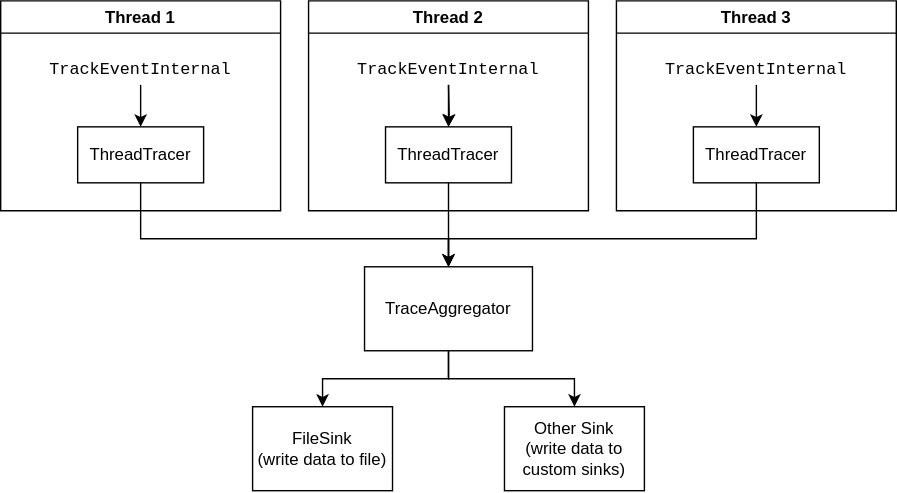
Earlier version of the draw.io export docs/imgs/trace-architecture.svg (cactusdynamics/cactus-rt). Source tidied: cells renumbered, new cells last; positions are measured from the earlier drawing's top-left corner, leaving out a move shared by most shapes. Source of this version:
```xml
<mxGraphModel>
  <root>
    <mxCell id="0" />
    <mxCell id="1" parent="0" />
    <mxCell id="2" value="Thread 1" style="swimlane;whiteSpace=wrap;html=1;" parent="1" vertex="1">
      <mxGeometry width="200" height="150" as="geometry" />
    </mxCell>
    <mxCell id="3" value="ThreadTracer" style="rounded=0;whiteSpace=wrap;html=1;" parent="2" vertex="1">
      <mxGeometry x="55" y="90" width="90" height="40" as="geometry" />
    </mxCell>
    <mxCell id="4" style="edgeStyle=orthogonalEdgeStyle;rounded=0;jettySize=auto;html=1;exitX=0.5;exitY=1;exitDx=0;exitDy=0;entryX=0.5;entryY=0;entryDx=0;entryDy=0;" parent="2" edge="1" source="5" target="3">
      <mxGeometry relative="1" as="geometry" />
    </mxCell>
    <mxCell id="5" value="TrackEventInternal" style="text;html=1;strokeColor=none;fillColor=none;align=center;verticalAlign=middle;whiteSpace=wrap;rounded=0;fontFamily=Courier New;" parent="2" vertex="1">
      <mxGeometry x="10" y="40" width="180" height="20" as="geometry" />
    </mxCell>
    <mxCell id="6" value="Thread 2" style="swimlane;whiteSpace=wrap;html=1;" parent="1" vertex="1">
      <mxGeometry x="220" width="200" height="150" as="geometry" />
    </mxCell>
    <mxCell id="7" value="ThreadTracer" style="rounded=0;whiteSpace=wrap;html=1;" parent="6" vertex="1">
      <mxGeometry x="55" y="90" width="90" height="40" as="geometry" />
    </mxCell>
    <mxCell id="8" style="edgeStyle=orthogonalEdgeStyle;rounded=0;jettySize=auto;html=1;" parent="6" edge="1" target="7">
      <mxGeometry relative="1" as="geometry">
        <mxPoint x="100" y="60" as="sourcePoint" />
      </mxGeometry>
    </mxCell>
    <mxCell id="9" value="TrackEventInternal" style="text;html=1;strokeColor=none;fillColor=none;align=center;verticalAlign=middle;whiteSpace=wrap;rounded=0;fontFamily=Courier New;" parent="6" vertex="1">
      <mxGeometry x="10" y="40" width="180" height="20" as="geometry" />
    </mxCell>
    <mxCell id="10" value="Thread 3" style="swimlane;whiteSpace=wrap;html=1;" parent="1" vertex="1">
      <mxGeometry x="440" width="200" height="150" as="geometry" />
    </mxCell>
    <mxCell id="11" value="ThreadTracer" style="rounded=0;whiteSpace=wrap;html=1;" parent="10" vertex="1">
      <mxGeometry x="55" y="90" width="90" height="40" as="geometry" />
    </mxCell>
    <mxCell id="12" style="edgeStyle=orthogonalEdgeStyle;rounded=0;jettySize=auto;html=1;exitX=0.5;exitY=1;exitDx=0;exitDy=0;entryX=0.5;entryY=0;entryDx=0;entryDy=0;" parent="10" edge="1" source="13" target="11">
      <mxGeometry relative="1" as="geometry" />
    </mxCell>
    <mxCell id="13" value="TrackEventInternal" style="text;html=1;strokeColor=none;fillColor=none;align=center;verticalAlign=middle;whiteSpace=wrap;rounded=0;fontFamily=Courier New;" parent="10" vertex="1">
      <mxGeometry x="10" y="40" width="180" height="20" as="geometry" />
    </mxCell>
    <mxCell id="14" style="endArrow=classic;html=1;rounded=0;entryX=0.5;entryY=0;entryDx=0;entryDy=0;" parent="1" edge="1" target="7">
      <mxGeometry relative="1" as="geometry">
        <mxPoint x="320" y="60" as="sourcePoint" />
      </mxGeometry>
    </mxCell>
    <mxCell id="15" value="FileSink&lt;br&gt;(write data to file)" style="rounded=0;whiteSpace=wrap;html=1;" parent="1" vertex="1">
      <mxGeometry x="180" y="290" width="100" height="60" as="geometry" />
    </mxCell>
    <mxCell id="16" value="&lt;div&gt;Other Sink&lt;/div&gt;&lt;div&gt;(write data to custom sinks)&lt;br&gt;&lt;/div&gt;" style="rounded=0;whiteSpace=wrap;html=1;" parent="1" vertex="1">
      <mxGeometry x="360" y="290" width="100" height="60" as="geometry" />
    </mxCell>
    <mxCell id="17" style="edgeStyle=orthogonalEdgeStyle;rounded=0;jettySize=auto;html=1;exitX=0.5;exitY=1;exitDx=0;exitDy=0;entryX=0.5;entryY=0;entryDx=0;entryDy=0;" parent="1" edge="1" source="19" target="15">
      <mxGeometry relative="1" as="geometry" />
    </mxCell>
    <mxCell id="18" style="edgeStyle=orthogonalEdgeStyle;rounded=0;jettySize=auto;html=1;exitX=0.5;exitY=1;exitDx=0;exitDy=0;entryX=0.5;entryY=0;entryDx=0;entryDy=0;" parent="1" edge="1" source="19" target="16">
      <mxGeometry relative="1" as="geometry" />
    </mxCell>
    <mxCell id="19" value="&lt;div&gt;TraceAggregator&lt;/div&gt;" style="rounded=0;whiteSpace=wrap;html=1;" parent="1" vertex="1">
      <mxGeometry x="260" y="190" width="120" height="60" as="geometry" />
    </mxCell>
    <mxCell id="20" style="edgeStyle=orthogonalEdgeStyle;rounded=0;jettySize=auto;html=1;exitX=0.5;exitY=1;exitDx=0;exitDy=0;entryX=0.5;entryY=0;entryDx=0;entryDy=0;" parent="1" edge="1" source="7" target="19">
      <mxGeometry relative="1" as="geometry" />
    </mxCell>
    <mxCell id="21" style="edgeStyle=orthogonalEdgeStyle;rounded=0;jettySize=auto;html=1;exitX=0.5;exitY=1;exitDx=0;exitDy=0;entryX=0.5;entryY=0;entryDx=0;entryDy=0;" parent="1" edge="1" source="3" target="19">
      <mxGeometry relative="1" as="geometry">
        <Array as="points">
          <mxPoint x="100" y="170" />
          <mxPoint x="320" y="170" />
        </Array>
      </mxGeometry>
    </mxCell>
    <mxCell id="22" style="edgeStyle=orthogonalEdgeStyle;rounded=0;jettySize=auto;html=1;exitX=0.5;exitY=1;exitDx=0;exitDy=0;entryX=0.5;entryY=0;entryDx=0;entryDy=0;" parent="1" edge="1" source="11" target="19">
      <mxGeometry relative="1" as="geometry">
        <Array as="points">
          <mxPoint x="540" y="170" />
          <mxPoint x="320" y="170" />
        </Array>
      </mxGeometry>
    </mxCell>
  </root>
</mxGraphModel>
```
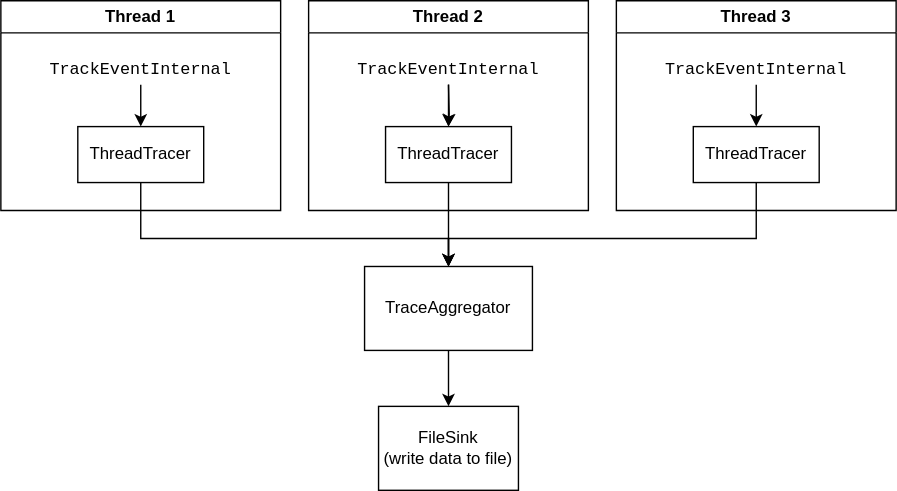
The same diagram one commit later.

What changed in the source:
```diff
@@ -46,17 +46,11 @@
       </mxGeometry>
     </mxCell>
     <mxCell id="15" value="FileSink&lt;br&gt;(write data to file)" style="rounded=0;whiteSpace=wrap;html=1;" parent="1" vertex="1">
-      <mxGeometry x="180" y="290" width="100" height="60" as="geometry" />
+      <mxGeometry x="270" y="290" width="100" height="60" as="geometry" />
     </mxCell>
-    <mxCell id="16" value="&lt;div&gt;Other Sink&lt;/div&gt;&lt;div&gt;(write data to custom sinks)&lt;br&gt;&lt;/div&gt;" style="rounded=0;whiteSpace=wrap;html=1;" parent="1" vertex="1">
-      <mxGeometry x="360" y="290" width="100" height="60" as="geometry" />
-    </mxCell>
     <mxCell id="17" style="edgeStyle=orthogonalEdgeStyle;rounded=0;jettySize=auto;html=1;exitX=0.5;exitY=1;exitDx=0;exitDy=0;entryX=0.5;entryY=0;entryDx=0;entryDy=0;" parent="1" edge="1" source="19" target="15">
       <mxGeometry relative="1" as="geometry" />
     </mxCell>
-    <mxCell id="18" style="edgeStyle=orthogonalEdgeStyle;rounded=0;jettySize=auto;html=1;exitX=0.5;exitY=1;exitDx=0;exitDy=0;entryX=0.5;entryY=0;entryDx=0;entryDy=0;" parent="1" edge="1" source="19" target="16">
-      <mxGeometry relative="1" as="geometry" />
-    </mxCell>
     <mxCell id="19" value="&lt;div&gt;TraceAggregator&lt;/div&gt;" style="rounded=0;whiteSpace=wrap;html=1;" parent="1" vertex="1">
       <mxGeometry x="260" y="190" width="120" height="60" as="geometry" />
     </mxCell>
```
